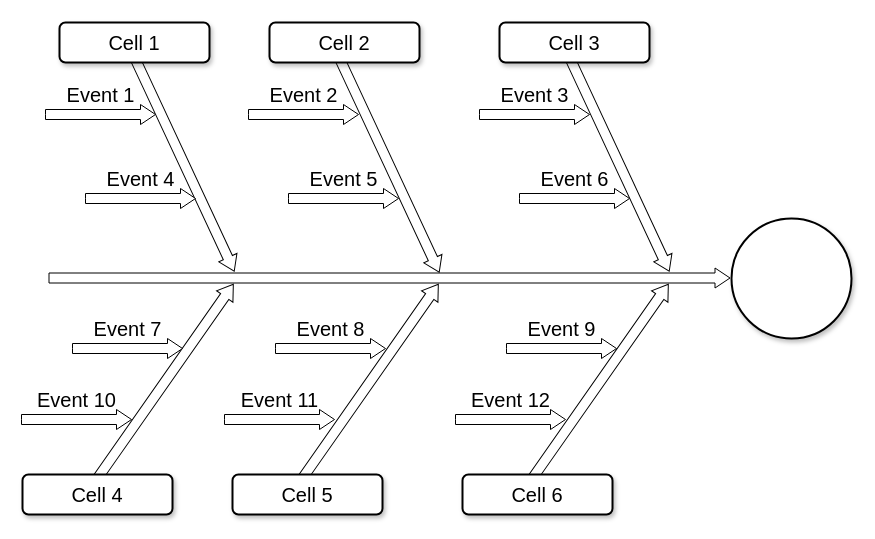
The draw.io diagram Untitled Diagram.drawio in antonyitki/Data-Engineering, before the edit. Source tidied: cells renumbered, new cells numbered last; positions are measured from the earlier drawing's top-left corner, leaving out a move shared by most shapes. Both pictures are drawn from the tidied source at 100%, with x=0, y=0 at pixel (22, -63).
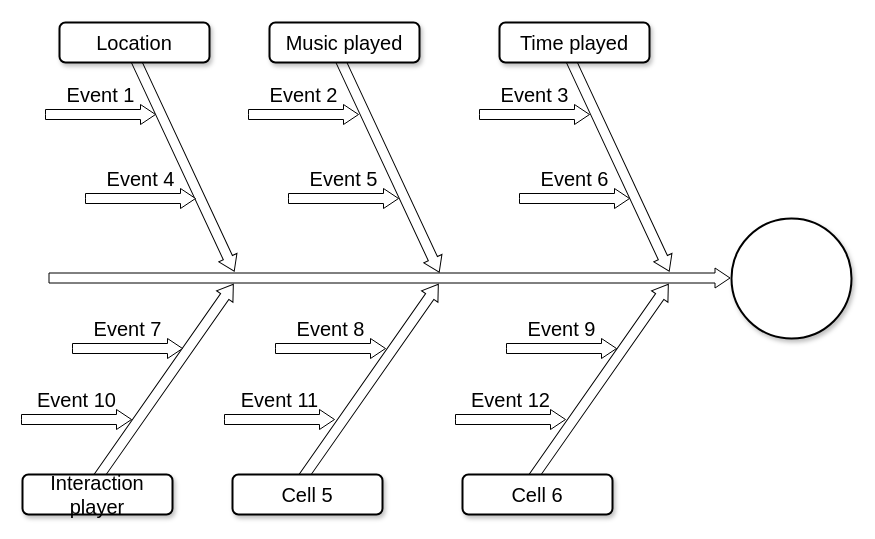
The same diagram, later.

Change to the diagram source:
```diff
@@
-    <mxCell id="9" value="Cell 1" style="rounded=1;whiteSpace=wrap;html=1;shadow=1;strokeWidth=2;fontSize=20;" parent="1" vertex="1">
+    <mxCell id="9" value="Location" style="rounded=1;whiteSpace=wrap;html=1;shadow=1;strokeWidth=2;fontSize=20;" parent="1" vertex="1">
       <mxGeometry x="37" y="85" width="150" height="40" as="geometry" />
     </mxCell>
-    <mxCell id="10" value="Cell 2" style="rounded=1;whiteSpace=wrap;html=1;shadow=1;strokeWidth=2;fontSize=20;" parent="1" vertex="1">
+    <mxCell id="10" value="Music played" style="rounded=1;whiteSpace=wrap;html=1;shadow=1;strokeWidth=2;fontSize=20;" parent="1" vertex="1">
       <mxGeometry x="247" y="85" width="150" height="40" as="geometry" />
     </mxCell>
-    <mxCell id="11" value="Cell 3" style="rounded=1;whiteSpace=wrap;html=1;shadow=1;strokeWidth=2;fontSize=20;" parent="1" vertex="1">
+    <mxCell id="11" value="Time played" style="rounded=1;whiteSpace=wrap;html=1;shadow=1;strokeWidth=2;fontSize=20;" parent="1" vertex="1">
       <mxGeometry x="477" y="85" width="150" height="40" as="geometry" />
     </mxCell>
-    <mxCell id="12" value="Cell 4" style="rounded=1;whiteSpace=wrap;html=1;shadow=1;strokeWidth=2;fontSize=20;" parent="1" vertex="1">
+    <mxCell id="12" value="Interaction player" style="rounded=1;whiteSpace=wrap;html=1;shadow=1;strokeWidth=2;fontSize=20;" parent="1" vertex="1">
       <mxGeometry y="537" width="150" height="40" as="geometry" />
     </mxCell>
```
